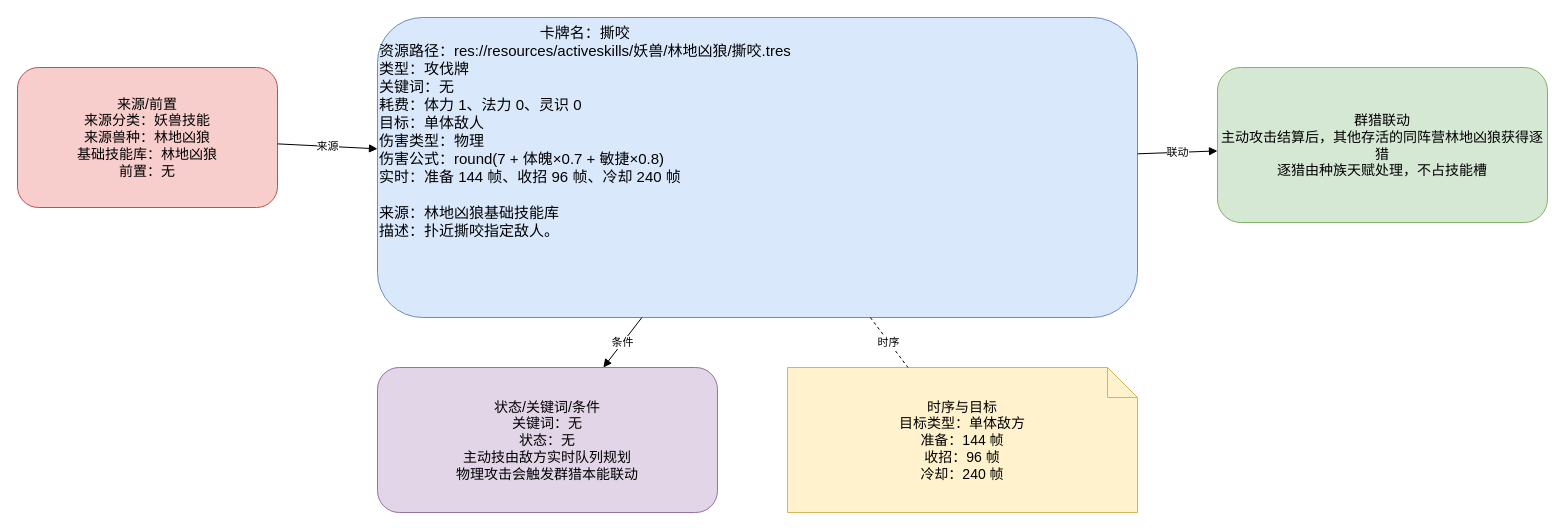
ankundanetracyc-spec/tian-guan-you-du keeps this draw.io diagram as docs/卡牌词典/妖兽/林地凶狼/撕咬.drawio. Above is the earlier version. Source tidied: cells renumbered, new cells numbered last; positions are measured from the earlier drawing's top-left corner, leaving out a move shared by most shapes. Both pictures are drawn from the tidied source at 100%, with x=0, y=0 at pixel (17, 17).
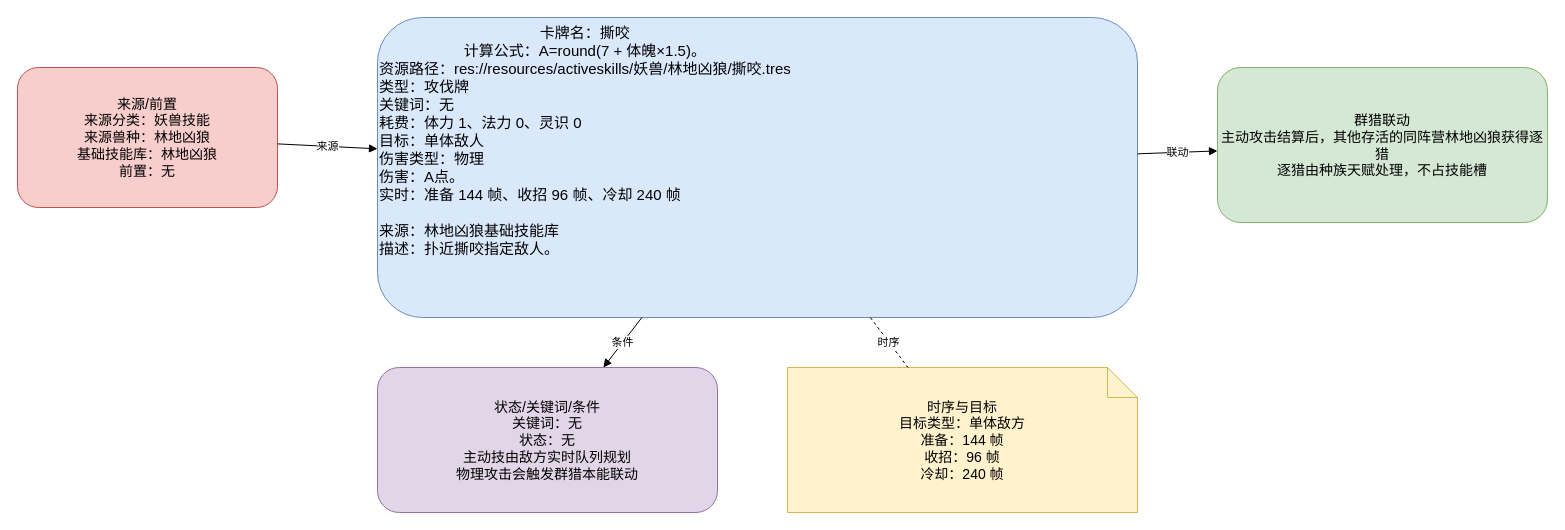
The same diagram, later.

What changed in the source:
```diff
@@
 <mxGraphModel>
   <root>
     <mxCell id="0" />
     <mxCell id="1" parent="0" />
-    <mxCell id="2" value="&lt;div style=&quot;text-align:center;&quot;&gt;卡牌名：撕咬&lt;/div&gt;&lt;div style=&quot;text-align:left;&quot;&gt;资源路径：res://resources/activeskills/妖兽/林地凶狼/撕咬.tres&lt;br&gt;类型：攻伐牌&lt;br&gt;关键词：无&lt;br&gt;耗费：体力 1、法力 0、灵识 0&lt;br&gt;目标：单体敌人&lt;br&gt;伤害类型：物理&lt;br&gt;伤害公式：round(7 + 体魄×0.7 + 敏捷×0.8)&lt;br&gt;实时：准备 144 帧、收招 96 帧、冷却 240 帧&lt;/div&gt;&lt;br&gt;来源：林地凶狼基础技能库&lt;br&gt;描述：扑近撕咬指定敌人。" style="rounded=1;whiteSpace=wrap;html=1;fillColor=#dae8fc;strokeColor=#6c8ebf;fontSize=15;align=left;verticalAlign=top;" parent="1" vertex="1">
+    <mxCell id="2" value="&lt;div style=&quot;text-align:center;&quot;&gt;卡牌名：撕咬&lt;br&gt;计算公式：A=round(7 + 体魄×1.5)。&lt;/div&gt;&lt;div style=&quot;text-align:left;&quot;&gt;资源路径：res://resources/activeskills/妖兽/林地凶狼/撕咬.tres&lt;br&gt;类型：攻伐牌&lt;br&gt;关键词：无&lt;br&gt;耗费：体力 1、法力 0、灵识 0&lt;br&gt;目标：单体敌人&lt;br&gt;伤害类型：物理&lt;br&gt;伤害：A点。&lt;br&gt;实时：准备 144 帧、收招 96 帧、冷却 240 帧&lt;/div&gt;&lt;br&gt;来源：林地凶狼基础技能库&lt;br&gt;描述：扑近撕咬指定敌人。" style="rounded=1;whiteSpace=wrap;html=1;fillColor=#dae8fc;strokeColor=#6c8ebf;fontSize=15;align=left;verticalAlign=top;" parent="1" vertex="1">
       <mxGeometry x="360" width="760" height="300" as="geometry" />
     </mxCell>
     <mxCell id="3" value="来源/前置&#10;来源分类：妖兽技能&#10;来源兽种：林地凶狼&#10;基础技能库：林地凶狼&#10;前置：无" style="rounded=1;whiteSpace=wrap;html=1;fillColor=#f8cecc;strokeColor=#b85450;fontSize=14;" parent="1" vertex="1">
       <mxGeometry y="50" width="260" height="140" as="geometry" />
     </mxCell>
     <mxCell id="4" value="群猎联动&#10;主动攻击结算后，其他存活的同阵营林地凶狼获得逐猎&#10;逐猎由种族天赋处理，不占技能槽" style="rounded=1;whiteSpace=wrap;html=1;fillColor=#d5e8d4;strokeColor=#82b366;fontSize=14;" parent="1" vertex="1">
       <mxGeometry x="1200" y="50" width="330" height="155" as="geometry" />
     </mxCell>
     <mxCell id="5" value="状态/关键词/条件&#10;关键词：无&#10;状态：无&#10;主动技由敌方实时队列规划&#10;物理攻击会触发群猎本能联动" style="rounded=1;whiteSpace=wrap;html=1;fillColor=#e1d5e7;strokeColor=#9673a6;fontSize=14;" parent="1" vertex="1">
       <mxGeometry x="360" y="350" width="340" height="145" as="geometry" />
     </mxCell>
     <mxCell id="6" value="时序与目标&#10;目标类型：单体敌方&#10;准备：144 帧&#10;收招：96 帧&#10;冷却：240 帧" style="shape=note;whiteSpace=wrap;html=1;fillColor=#fff2cc;strokeColor=#d6b656;fontSize=14;" parent="1" vertex="1">
       <mxGeometry x="770" y="350" width="350" height="145" as="geometry" />
     </mxCell>
     <mxCell id="7" value="来源" style="endArrow=block;html=1;rounded=0;" parent="1" edge="1" source="3" target="2">
       <mxGeometry relative="1" as="geometry" />
     </mxCell>
     <mxCell id="8" value="联动" style="endArrow=block;html=1;rounded=0;" parent="1" edge="1" source="2" target="4">
       <mxGeometry relative="1" as="geometry" />
     </mxCell>
     <mxCell id="9" value="条件" style="endArrow=block;html=1;rounded=0;" parent="1" edge="1" source="2" target="5">
       <mxGeometry relative="1" as="geometry" />
     </mxCell>
     <mxCell id="10" value="时序" style="endArrow=none;dashed=1;html=1;" parent="1" edge="1" source="2" target="6">
       <mxGeometry relative="1" as="geometry" />
     </mxCell>
   </root>
 </mxGraphModel>
```
